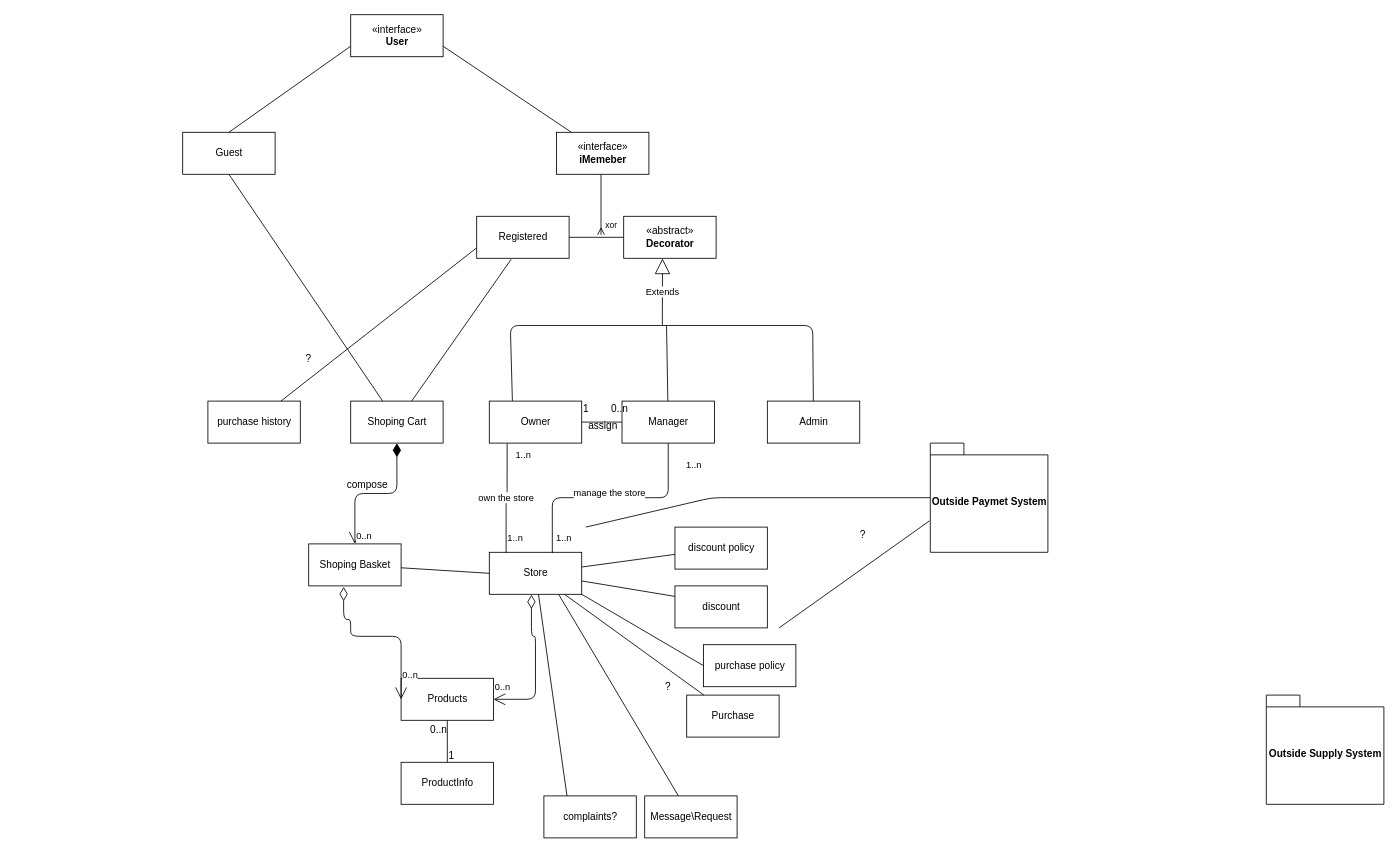
Above: תרשים מחלקות לבן.drawio in LevyIfta/Team-19B-Project (draw.io), before the change. Source tidied: cells renumbered, new cells numbered last; positions are measured from the earlier drawing's top-left corner, leaving out a move shared by most shapes. Both pictures are drawn from the tidied source at 84%, with x=0, y=0 at pixel (182, 14).
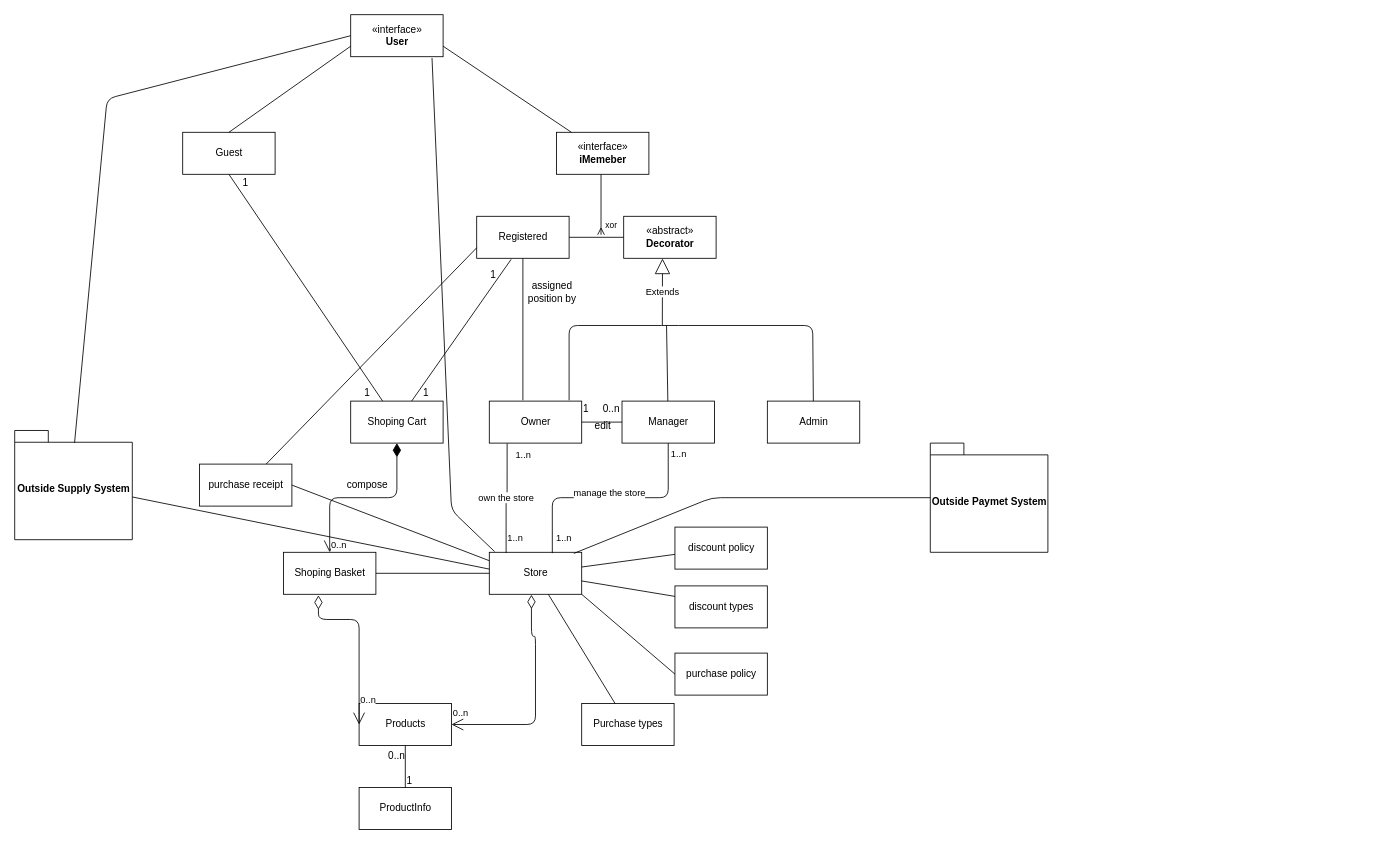
The same diagram, later.

Commit message:
final class diagram

The change refers to these unchanged cells:
```xml
<mxCell id="3" value="Owner" style="html=1;" parent="1" vertex="1">
  <mxGeometry x="365" y="460" width="110" height="50" as="geometry" />
</mxCell>
<mxCell id="4" value="Manager" style="html=1;" parent="1" vertex="1">
  <mxGeometry x="523" y="460" width="110" height="50" as="geometry" />
</mxCell>
<mxCell id="5" value="Admin" style="html=1;" parent="1" vertex="1">
  <mxGeometry x="696" y="460" width="110" height="50" as="geometry" />
</mxCell>
<mxCell id="6" value="Store" style="html=1;" parent="1" vertex="1">
  <mxGeometry x="365" y="640" width="110" height="50" as="geometry" />
</mxCell>
<mxCell id="7" value="own the store" style="endArrow=none;html=1;endSize=12;startArrow=none;startSize=14;startFill=0;edgeStyle=orthogonalEdgeStyle;exitX=0.193;exitY=1.008;exitDx=0;exitDy=0;exitPerimeter=0;entryX=0.182;entryY=0.016;entryDx=0;entryDy=0;entryPerimeter=0;endFill=0;" parent="1" edge="1" source="3" target="6">
  <mxGeometry relative="1" as="geometry" />
</mxCell>
<mxCell id="10" value="manage the store" style="endArrow=none;html=1;endSize=12;startArrow=none;startSize=14;startFill=0;edgeStyle=orthogonalEdgeStyle;exitX=0.5;exitY=1;exitDx=0;exitDy=0;entryX=0.682;entryY=0.02;entryDx=0;entryDy=0;entryPerimeter=0;endFill=0;" parent="1" edge="1" source="4" target="6">
  <mxGeometry y="-5" relative="1" as="geometry" />
</mxCell>
<mxCell id="19" value="Registered" style="html=1;" parent="1" vertex="1">
  <mxGeometry x="350" y="240" width="110" height="50" as="geometry" />
</mxCell>
<mxCell id="25" value="«interface»&lt;br&gt;&lt;b&gt;iMemeber&lt;/b&gt;" style="html=1;" parent="1" vertex="1">
  <mxGeometry x="445" y="140" width="110" height="50" as="geometry" />
</mxCell>
<mxCell id="26" value="«interface»&lt;br&gt;&lt;b&gt;User&lt;/b&gt;" style="html=1;" parent="1" vertex="1">
  <mxGeometry x="200" width="110" height="50" as="geometry" />
</mxCell>
<mxCell id="35" value="Outside Paymet System" style="shape=folder;fontStyle=1;spacingTop=10;tabWidth=40;tabHeight=14;tabPosition=left;html=1;" parent="1" vertex="1">
  <mxGeometry x="890" y="510" width="140" height="130" as="geometry" />
</mxCell>
```

What changed in the source:
```diff
@@
-    <mxCell id="8" value="1..n" style="edgeLabel;html=1;align=left;verticalAlign=top;" parent="7" vertex="1">
-      <mxGeometry x="-1" relative="1" as="geometry">
-        <mxPoint x="-1.2" y="99.6" as="offset" />
-      </mxGeometry>
-    </mxCell>
-    <mxCell id="9" value="1..n" style="edgeLabel;html=1;align=right;verticalAlign=top;" parent="7" vertex="1">
-      <mxGeometry x="1" relative="1" as="geometry">
-        <mxPoint x="30" y="-130.6" as="offset" />
-      </mxGeometry>
-    </mxCell>
+    <mxCell id="64" value="1..n" style="edgeLabel;html=1;align=left;verticalAlign=top;" parent="7" vertex="1">
+      <mxGeometry x="-1" relative="1" as="geometry">
+        <mxPoint x="-1.2" y="99.6" as="offset" />
+      </mxGeometry>
+    </mxCell>
+    <mxCell id="65" value="1..n" style="edgeLabel;html=1;align=right;verticalAlign=top;" parent="7" vertex="1">
+      <mxGeometry x="1" relative="1" as="geometry">
+        <mxPoint x="30" y="-130.6" as="offset" />
+      </mxGeometry>
+    </mxCell>
@@
-    <mxCell id="11" value="1..n" style="edgeLabel;html=1;align=left;verticalAlign=top;" parent="10" vertex="1">
-      <mxGeometry x="-1" relative="1" as="geometry">
-        <mxPoint x="-135" y="99.6" as="offset" />
-      </mxGeometry>
-    </mxCell>
-    <mxCell id="12" value="1..n" style="edgeLabel;html=1;align=right;verticalAlign=top;" parent="10" vertex="1">
-      <mxGeometry x="1" relative="1" as="geometry">
-        <mxPoint x="177.6" y="-117.8" as="offset" />
-      </mxGeometry>
-    </mxCell>
+    <mxCell id="66" value="1..n" style="edgeLabel;html=1;align=left;verticalAlign=top;" parent="10" vertex="1">
+      <mxGeometry x="-1" relative="1" as="geometry">
+        <mxPoint x="-135" y="99.6" as="offset" />
+      </mxGeometry>
+    </mxCell>
+    <mxCell id="67" value="1..n" style="edgeLabel;html=1;align=right;verticalAlign=top;" parent="10" vertex="1">
+      <mxGeometry x="1" relative="1" as="geometry">
+        <mxPoint x="160" y="-131" as="offset" />
+      </mxGeometry>
+    </mxCell>
@@
     <mxCell id="15" value="0..n" style="text;html=1;align=center;verticalAlign=middle;" parent="1" vertex="1">
-      <mxGeometry x="500" y="460" width="40" height="20" as="geometry" />
+      <mxGeometry x="490" y="460" width="40" height="20" as="geometry" />
     </mxCell>
-    <mxCell id="16" value="assign" style="text;html=1;align=center;verticalAlign=middle;" parent="1" vertex="1">
-      <mxGeometry x="475" y="480" width="50" height="20" as="geometry" />
-    </mxCell>
-    <mxCell id="17" style="endArrow=none;html=1;entryX=0.25;entryY=0;entryDx=0;entryDy=0;" parent="1" edge="1" source="5" target="3">
-      <mxGeometry relative="1" as="geometry">
-        <Array as="points">
-          <mxPoint x="750" y="370" />
-          <mxPoint x="580" y="370" />
-          <mxPoint x="390" y="370" />
-        </Array>
-      </mxGeometry>
-    </mxCell>
-    <mxCell id="18" style="endArrow=none;html=1;" parent="1" edge="1" source="4">
-      <mxGeometry relative="1" as="geometry">
-        <mxPoint x="576" y="370" as="targetPoint" />
-      </mxGeometry>
-    </mxCell>
+    <mxCell id="68" value="edit" style="text;html=1;align=center;verticalAlign=middle;" parent="1" vertex="1">
+      <mxGeometry x="485" y="480" width="30" height="20" as="geometry" />
+    </mxCell>
+    <mxCell id="69" style="endArrow=none;html=1;" parent="1" edge="1" source="5">
+      <mxGeometry relative="1" as="geometry">
+        <mxPoint x="460" y="459" as="targetPoint" />
+        <Array as="points">
+          <mxPoint x="750" y="370" />
+          <mxPoint x="580" y="370" />
+          <mxPoint x="460" y="370" />
+        </Array>
+      </mxGeometry>
+    </mxCell>
+    <mxCell id="70" style="endArrow=none;html=1;" parent="1" edge="1" source="4">
+      <mxGeometry relative="1" as="geometry">
+        <mxPoint x="576" y="370" as="targetPoint" />
+      </mxGeometry>
+    </mxCell>
@@
-    <mxCell id="20" style="line;strokeWidth=1;fillColor=none;align=left;verticalAlign=middle;spacingTop=-1;spacingLeft=3;spacingRight=3;labelPosition=right;" parent="1" vertex="1">
-      <mxGeometry x="460" y="261" width="70" height="8" as="geometry" />
-    </mxCell>
+    <mxCell id="71" style="line;strokeWidth=1;fillColor=none;align=left;verticalAlign=middle;spacingTop=-1;spacingLeft=3;spacingRight=3;labelPosition=right;" parent="1" vertex="1">
+      <mxGeometry x="460" y="261" width="70" height="8" as="geometry" />
+    </mxCell>
@@
-    <mxCell id="23" style="endArrow=none;html=1;endFill=0;startArrow=ERmany;startFill=0;" parent="1" edge="1" target="25">
-      <mxGeometry relative="1" as="geometry">
-        <mxPoint x="498" y="262" as="sourcePoint" />
-        <Array as="points">
-          <mxPoint x="498" y="170" />
-        </Array>
-      </mxGeometry>
-    </mxCell>
+    <mxCell id="72" style="endArrow=none;html=1;endFill=0;startArrow=ERmany;startFill=0;" parent="1" edge="1" target="25">
+      <mxGeometry relative="1" as="geometry">
+        <mxPoint x="498" y="262" as="sourcePoint" />
+        <Array as="points">
+          <mxPoint x="498" y="170" />
+        </Array>
+      </mxGeometry>
+    </mxCell>
@@
     <mxCell id="29" value="ProductInfo" style="html=1;" parent="1" vertex="1">
-      <mxGeometry x="260" y="890" width="110" height="50" as="geometry" />
+      <mxGeometry x="210" y="920" width="110" height="50" as="geometry" />
     </mxCell>
@@
-    <mxCell id="31" value="Message\Request" style="html=1;" parent="1" vertex="1">
-      <mxGeometry x="550" y="930" width="110" height="50" as="geometry" />
-    </mxCell>
-    <mxCell id="32" value="complaints?" style="html=1;" parent="1" vertex="1">
-      <mxGeometry x="430" y="930" width="110" height="50" as="geometry" />
-    </mxCell>
     <mxCell id="33" value="purchase policy" style="html=1;" parent="1" vertex="1">
-      <mxGeometry x="620" y="750" width="110" height="50" as="geometry" />
+      <mxGeometry x="586" y="760" width="110" height="50" as="geometry" />
     </mxCell>
-    <mxCell id="34" value="purchase history" style="html=1;" parent="1" vertex="1">
-      <mxGeometry x="30" y="460" width="110" height="50" as="geometry" />
-    </mxCell>
+    <mxCell id="73" value="purchase receipt" style="html=1;" parent="1" vertex="1">
+      <mxGeometry x="20" y="535" width="110" height="50" as="geometry" />
+    </mxCell>
@@
     <mxCell id="36" value="Outside Supply System" style="shape=folder;fontStyle=1;spacingTop=10;tabWidth=40;tabHeight=14;tabPosition=left;html=1;" parent="1" vertex="1">
-      <mxGeometry x="1290" y="810" width="140" height="130" as="geometry" />
+      <mxGeometry x="-200" y="495" width="140" height="130" as="geometry" />
     </mxCell>
-    <mxCell id="37" value="Purchase" style="html=1;" parent="1" vertex="1">
-      <mxGeometry x="600" y="810" width="110" height="50" as="geometry" />
-    </mxCell>
+    <mxCell id="74" value="Purchase types" style="html=1;" parent="1" vertex="1">
+      <mxGeometry x="475" y="820" width="110" height="50" as="geometry" />
+    </mxCell>
@@
     <mxCell id="39" value="Shoping Basket" style="html=1;" parent="1" vertex="1">
-      <mxGeometry x="150" y="630" width="110" height="50" as="geometry" />
+      <mxGeometry x="120" y="640" width="110" height="50" as="geometry" />
     </mxCell>
-    <mxCell id="40" style="endArrow=none;html=1;entryX=0;entryY=0.5;entryDx=0;entryDy=0;" parent="1" edge="1" source="39" target="6">
-      <mxGeometry relative="1" as="geometry" />
-    </mxCell>
+    <mxCell id="75" style="endArrow=none;html=1;" parent="1" edge="1" source="39">
+      <mxGeometry relative="1" as="geometry">
+        <mxPoint x="365" y="665" as="targetPoint" />
+      </mxGeometry>
+    </mxCell>
     <mxCell id="41" value="Products" style="html=1;" parent="1" vertex="1">
-      <mxGeometry x="260" y="790" width="110" height="50" as="geometry" />
+      <mxGeometry x="210" y="820" width="110" height="50" as="geometry" />
     </mxCell>
     <mxCell id="42" value="0..n" style="endArrow=open;html=1;endSize=12;startArrow=diamondThin;startSize=14;startFill=0;edgeStyle=orthogonalEdgeStyle;align=left;verticalAlign=bottom;exitX=0.456;exitY=1.01;exitDx=0;exitDy=0;exitPerimeter=0;" parent="1" edge="1" source="6" target="41">
       <mxGeometry x="1" y="-5" relative="1" as="geometry">
         <Array as="points">
           <mxPoint x="415" y="740" />
           <mxPoint x="420" y="740" />
+          <mxPoint x="420" y="845" />
         </Array>
       </mxGeometry>
     </mxCell>
@@
     <mxCell id="46" value="0..n" style="endArrow=open;html=1;endSize=12;startArrow=diamondThin;startSize=14;startFill=0;edgeStyle=orthogonalEdgeStyle;align=left;verticalAlign=bottom;exitX=0.378;exitY=1.024;exitDx=0;exitDy=0;exitPerimeter=0;entryX=0;entryY=0.5;entryDx=0;entryDy=0;" parent="1" edge="1" source="39" target="41">
       <mxGeometry x="0.8" relative="1" as="geometry">
         <Array as="points">
-          <mxPoint x="192" y="720" />
-          <mxPoint x="200" y="720" />
-          <mxPoint x="200" y="740" />
-          <mxPoint x="260" y="740" />
+          <mxPoint x="162" y="720" />
+          <mxPoint x="210" y="720" />
         </Array>
       </mxGeometry>
     </mxCell>
@@
-    <mxCell id="52" style="endArrow=none;html=1;" parent="1" edge="1" source="37" target="6">
-      <mxGeometry relative="1" as="geometry" />
-    </mxCell>
-    <mxCell id="53" value="?" style="text;html=1;strokeColor=none;fillColor=none;align=center;verticalAlign=middle;whiteSpace=wrap;rounded=0;" parent="1" vertex="1">
-      <mxGeometry x="558" y="790" width="40" height="20" as="geometry" />
-    </mxCell>
-    <mxCell id="54" style="endArrow=none;html=1;" parent="1" edge="1" target="35">
-      <mxGeometry relative="1" as="geometry">
-        <mxPoint x="480" y="610" as="sourcePoint" />
-        <Array as="points">
-          <mxPoint x="630" y="575" />
-        </Array>
-      </mxGeometry>
-    </mxCell>
-    <mxCell id="55" style="endArrow=none;html=1;entryX=-0.007;entryY=0.712;entryDx=0;entryDy=0;entryPerimeter=0;" parent="1" edge="1" target="35">
-      <mxGeometry relative="1" as="geometry">
-        <mxPoint x="710" y="730" as="sourcePoint" />
-      </mxGeometry>
-    </mxCell>
-    <mxCell id="56" value="?" style="text;html=1;strokeColor=none;fillColor=none;align=center;verticalAlign=middle;whiteSpace=wrap;rounded=0;" parent="1" vertex="1">
-      <mxGeometry x="790" y="610" width="40" height="20" as="geometry" />
-    </mxCell>
-    <mxCell id="57" style="endArrow=none;html=1;entryX=0.75;entryY=1;entryDx=0;entryDy=0;" parent="1" edge="1" source="31" target="6">
-      <mxGeometry relative="1" as="geometry" />
-    </mxCell>
-    <mxCell id="58" style="endArrow=none;html=1;exitX=0.25;exitY=0;exitDx=0;exitDy=0;" parent="1" edge="1" source="32" target="6">
-      <mxGeometry relative="1" as="geometry" />
-    </mxCell>
+    <mxCell id="76" style="endArrow=none;html=1;" parent="1" edge="1" source="74" target="6">
+      <mxGeometry relative="1" as="geometry" />
+    </mxCell>
+    <mxCell id="77" style="endArrow=none;html=1;exitX=0.915;exitY=0.026;exitDx=0;exitDy=0;exitPerimeter=0;" parent="1" edge="1" source="6" target="35">
+      <mxGeometry relative="1" as="geometry">
+        <Array as="points">
+          <mxPoint x="630" y="575" />
+        </Array>
+      </mxGeometry>
+    </mxCell>
@@
-    <mxCell id="60" value="discount" style="html=1;" parent="1" vertex="1">
-      <mxGeometry x="586" y="680" width="110" height="50" as="geometry" />
-    </mxCell>
-    <mxCell id="61" style="endArrow=none;html=1;entryX=0;entryY=0.25;entryDx=0;entryDy=0;" parent="1" edge="1" source="6" target="60">
-      <mxGeometry relative="1" as="geometry" />
-    </mxCell>
-    <mxCell id="62" style="endArrow=none;html=1;entryX=0;entryY=0.75;entryDx=0;entryDy=0;" parent="1" edge="1" source="34" target="19">
-      <mxGeometry relative="1" as="geometry" />
-    </mxCell>
-    <mxCell id="63" value="?" style="text;html=1;strokeColor=none;fillColor=none;align=center;verticalAlign=middle;whiteSpace=wrap;rounded=0;" parent="1" vertex="1">
-      <mxGeometry x="130" y="400" width="40" height="20" as="geometry" />
-    </mxCell>
+    <mxCell id="78" value="discount types" style="html=1;" parent="1" vertex="1">
+      <mxGeometry x="586" y="680" width="110" height="50" as="geometry" />
+    </mxCell>
+    <mxCell id="79" style="endArrow=none;html=1;entryX=0;entryY=0.25;entryDx=0;entryDy=0;" parent="1" edge="1" source="6" target="78">
+      <mxGeometry relative="1" as="geometry" />
+    </mxCell>
+    <mxCell id="80" style="endArrow=none;html=1;entryX=0;entryY=0.75;entryDx=0;entryDy=0;" parent="1" edge="1" source="73" target="19">
+      <mxGeometry relative="1" as="geometry" />
+    </mxCell>
+    <mxCell id="81" style="endArrow=none;html=1;entryX=0;entryY=0.4;entryDx=0;entryDy=0;entryPerimeter=0;" parent="1" edge="1" source="36" target="6">
+      <mxGeometry relative="1" as="geometry" />
+    </mxCell>
+    <mxCell id="82" style="endArrow=none;html=1;entryX=0;entryY=0.5;entryDx=0;entryDy=0;exitX=0.509;exitY=0.113;exitDx=0;exitDy=0;exitPerimeter=0;" parent="1" edge="1" source="36" target="26">
+      <mxGeometry relative="1" as="geometry">
+        <Array as="points">
+          <mxPoint x="-90" y="100" />
+        </Array>
+      </mxGeometry>
+    </mxCell>
+    <mxCell id="83" style="endArrow=none;html=1;exitX=0.057;exitY=-0.018;exitDx=0;exitDy=0;exitPerimeter=0;entryX=0.88;entryY=1.03;entryDx=0;entryDy=0;entryPerimeter=0;" parent="1" edge="1" source="6" target="26">
+      <mxGeometry relative="1" as="geometry">
+        <Array as="points">
+          <mxPoint x="320" y="590" />
+        </Array>
+      </mxGeometry>
+    </mxCell>
+    <mxCell id="84" style="endArrow=none;html=1;entryX=0.5;entryY=1;entryDx=0;entryDy=0;" parent="1" edge="1" target="19">
+      <mxGeometry relative="1" as="geometry">
+        <mxPoint x="405" y="459" as="sourcePoint" />
+      </mxGeometry>
+    </mxCell>
+    <mxCell id="85" value="assigned position by" style="text;html=1;strokeColor=none;fillColor=none;align=center;verticalAlign=middle;whiteSpace=wrap;rounded=0;" parent="1" vertex="1">
+      <mxGeometry x="395" y="320" width="90" height="20" as="geometry" />
+    </mxCell>
+    <mxCell id="86" style="endArrow=none;html=1;entryX=1;entryY=0.5;entryDx=0;entryDy=0;" parent="1" edge="1" target="73">
+      <mxGeometry relative="1" as="geometry">
+        <mxPoint x="365" y="650" as="sourcePoint" />
+      </mxGeometry>
+    </mxCell>
+    <mxCell id="87" value="1" style="text;html=1;strokeColor=none;fillColor=none;align=center;verticalAlign=middle;whiteSpace=wrap;rounded=0;" parent="1" vertex="1">
+      <mxGeometry x="350" y="300" width="40" height="20" as="geometry" />
+    </mxCell>
+    <mxCell id="88" value="1" style="text;html=1;strokeColor=none;fillColor=none;align=center;verticalAlign=middle;whiteSpace=wrap;rounded=0;" parent="1" vertex="1">
+      <mxGeometry x="270" y="440" width="40" height="20" as="geometry" />
+    </mxCell>
+    <mxCell id="89" value="1" style="text;html=1;strokeColor=none;fillColor=none;align=center;verticalAlign=middle;whiteSpace=wrap;rounded=0;" parent="1" vertex="1">
+      <mxGeometry x="55" y="190" width="40" height="20" as="geometry" />
+    </mxCell>
+    <mxCell id="90" value="1" style="text;html=1;strokeColor=none;fillColor=none;align=center;verticalAlign=middle;whiteSpace=wrap;rounded=0;" parent="1" vertex="1">
+      <mxGeometry x="200" y="440" width="40" height="20" as="geometry" />
+    </mxCell>
```
